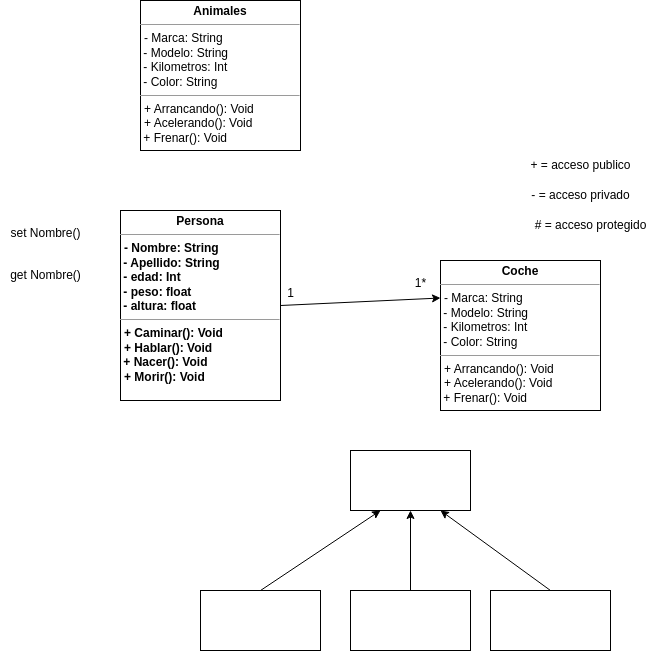
Above: Diagrama_de_clases/Ejemplo_de_clase.drawio.png in JVC0/ETS (draw.io), before the change. Source tidied: cells renumbered, new cells last; positions are measured from the earlier drawing's top-left corner, leaving out a move shared by most shapes. Source of this version:
```xml
<mxGraphModel>
  <root>
    <mxCell id="0" />
    <mxCell id="1" parent="0" />
    <mxCell id="2" value="&lt;p style=&quot;margin:0px;margin-top:4px;text-align:center;&quot;&gt;&lt;span&gt;Persona&lt;/span&gt;&lt;/p&gt;&lt;hr size=&quot;1&quot;&gt;&lt;p style=&quot;margin:0px;margin-left:4px;&quot;&gt;- Nombre: String&lt;/p&gt;&amp;nbsp;- Apellido: String&lt;br&gt;&amp;nbsp;- edad: Int&lt;br&gt;&amp;nbsp;- peso: float&lt;br&gt;&amp;nbsp;- altura: float&lt;br&gt;&lt;hr size=&quot;1&quot;&gt;&lt;p style=&quot;margin:0px;margin-left:4px;&quot;&gt;+ Caminar(): Void&lt;/p&gt;&lt;p style=&quot;margin:0px;margin-left:4px;&quot;&gt;+ Hablar():&lt;span style=&quot;background-color: initial;&quot;&gt;&amp;nbsp;Void&lt;/span&gt;&lt;/p&gt;&amp;nbsp;+ Nacer(): Void&lt;p style=&quot;margin:0px;margin-left:4px;&quot;&gt;+ Morir(): Void&lt;br&gt;&lt;/p&gt;" style="verticalAlign=top;align=left;overflow=fill;html=1;whiteSpace=wrap;fontStyle=1;" parent="1" vertex="1">
      <mxGeometry x="120" y="210" width="160" height="190" as="geometry" />
    </mxCell>
    <mxCell id="3" value="+ = acceso publico" style="text;html=1;align=center;verticalAlign=middle;strokeColor=none;fillColor=none;" parent="1" vertex="1">
      <mxGeometry x="520" y="150" width="120" height="30" as="geometry" />
    </mxCell>
    <mxCell id="4" value="- = acceso privado" style="text;html=1;align=center;verticalAlign=middle;strokeColor=none;fillColor=none;" parent="1" vertex="1">
      <mxGeometry x="520" y="180" width="120" height="30" as="geometry" />
    </mxCell>
    <mxCell id="5" value="# = acceso protegido" style="text;html=1;align=center;verticalAlign=middle;strokeColor=none;fillColor=none;" parent="1" vertex="1">
      <mxGeometry x="520" y="210" width="140" height="30" as="geometry" />
    </mxCell>
    <mxCell id="6" value="&lt;p style=&quot;margin:0px;margin-top:4px;text-align:center;&quot;&gt;&lt;b&gt;Coche&lt;/b&gt;&lt;/p&gt;&lt;hr size=&quot;1&quot;&gt;&lt;p style=&quot;margin:0px;margin-left:4px;&quot;&gt;- Marca: String&lt;/p&gt;&amp;nbsp;- Modelo: String&lt;br&gt;&amp;nbsp;- Kilometros: Int&lt;br&gt;&amp;nbsp;- Color: String&lt;br&gt;&lt;hr size=&quot;1&quot;&gt;&lt;p style=&quot;margin:0px;margin-left:4px;&quot;&gt;+ Arrancando(): Void&lt;/p&gt;&lt;p style=&quot;margin:0px;margin-left:4px;&quot;&gt;+ Acelerando():&lt;span style=&quot;background-color: initial;&quot;&gt;&amp;nbsp;Void&lt;/span&gt;&lt;/p&gt;&amp;nbsp;+ Frenar(): Void" style="verticalAlign=top;align=left;overflow=fill;html=1;whiteSpace=wrap;" parent="1" vertex="1">
      <mxGeometry x="440" y="260" width="160" height="150" as="geometry" />
    </mxCell>
    <mxCell id="7" value="set Nombre()" style="text;html=1;align=center;verticalAlign=middle;strokeColor=none;fillColor=none;" parent="1" vertex="1">
      <mxGeometry y="218" width="90" height="30" as="geometry" />
    </mxCell>
    <mxCell id="8" value="get Nombre()" style="text;html=1;align=center;verticalAlign=middle;strokeColor=none;fillColor=none;" parent="1" vertex="1">
      <mxGeometry y="260" width="90" height="30" as="geometry" />
    </mxCell>
    <mxCell id="9" style="endArrow=classic;html=1;rounded=0;exitX=1;exitY=0.5;exitDx=0;exitDy=0;entryX=0;entryY=0.25;entryDx=0;entryDy=0;" parent="1" edge="1" source="2" target="6">
      <mxGeometry relative="1" as="geometry" />
    </mxCell>
    <mxCell id="10" value="1*" style="text;html=1;align=center;verticalAlign=middle;strokeColor=none;fillColor=none;" parent="1" vertex="1">
      <mxGeometry x="405" y="268" width="30" height="30" as="geometry" />
    </mxCell>
    <mxCell id="11" value="1" style="text;html=1;align=center;verticalAlign=middle;strokeColor=none;fillColor=none;" parent="1" vertex="1">
      <mxGeometry x="275" y="278" width="30" height="30" as="geometry" />
    </mxCell>
    <mxCell id="12" value="&lt;p style=&quot;margin:0px;margin-top:4px;text-align:center;&quot;&gt;&lt;b&gt;Animales&lt;/b&gt;&lt;/p&gt;&lt;hr size=&quot;1&quot;&gt;&lt;p style=&quot;margin:0px;margin-left:4px;&quot;&gt;- Marca: String&lt;/p&gt;&amp;nbsp;- Modelo: String&lt;br&gt;&amp;nbsp;- Kilometros: Int&lt;br&gt;&amp;nbsp;- Color: String&lt;br&gt;&lt;hr size=&quot;1&quot;&gt;&lt;p style=&quot;margin:0px;margin-left:4px;&quot;&gt;+ Arrancando(): Void&lt;/p&gt;&lt;p style=&quot;margin:0px;margin-left:4px;&quot;&gt;+ Acelerando():&lt;span style=&quot;background-color: initial;&quot;&gt;&amp;nbsp;Void&lt;/span&gt;&lt;/p&gt;&amp;nbsp;+ Frenar(): Void" style="verticalAlign=top;align=left;overflow=fill;html=1;whiteSpace=wrap;" parent="1" vertex="1">
      <mxGeometry x="140" width="160" height="150" as="geometry" />
    </mxCell>
    <mxCell id="13" style="rounded=0;whiteSpace=wrap;html=1;" parent="1" vertex="1">
      <mxGeometry x="200" y="590" width="120" height="60" as="geometry" />
    </mxCell>
    <mxCell id="14" style="rounded=0;whiteSpace=wrap;html=1;" parent="1" vertex="1">
      <mxGeometry x="350" y="450" width="120" height="60" as="geometry" />
    </mxCell>
    <mxCell id="15" style="rounded=0;whiteSpace=wrap;html=1;" parent="1" vertex="1">
      <mxGeometry x="490" y="590" width="120" height="60" as="geometry" />
    </mxCell>
    <mxCell id="16" style="rounded=0;whiteSpace=wrap;html=1;" parent="1" vertex="1">
      <mxGeometry x="350" y="590" width="120" height="60" as="geometry" />
    </mxCell>
    <mxCell id="17" style="endArrow=classic;html=1;exitX=0.5;exitY=0;exitDx=0;exitDy=0;entryX=0.25;entryY=1;entryDx=0;entryDy=0;" parent="1" edge="1" source="13" target="14">
      <mxGeometry relative="1" as="geometry" />
    </mxCell>
    <mxCell id="18" style="endArrow=classic;html=1;exitX=0.5;exitY=0;exitDx=0;exitDy=0;entryX=0.5;entryY=1;entryDx=0;entryDy=0;" parent="1" edge="1" source="16" target="14">
      <mxGeometry relative="1" as="geometry" />
    </mxCell>
    <mxCell id="19" style="endArrow=classic;html=1;exitX=0.5;exitY=0;exitDx=0;exitDy=0;entryX=0.75;entryY=1;entryDx=0;entryDy=0;" parent="1" edge="1" source="15" target="14">
      <mxGeometry relative="1" as="geometry" />
    </mxCell>
  </root>
</mxGraphModel>
```
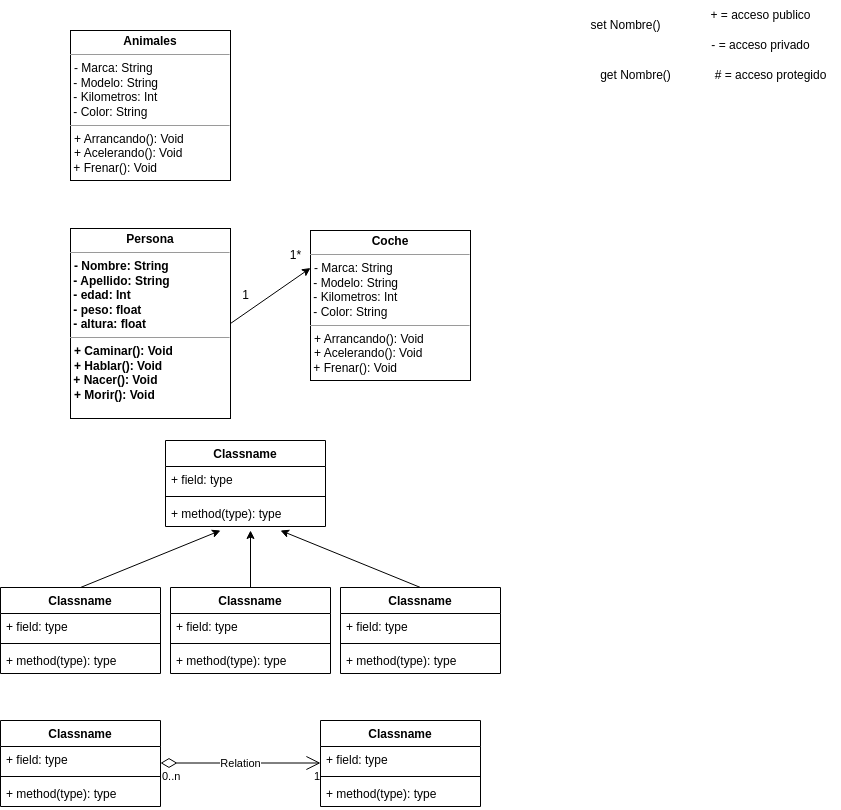
Above is the later version.

Change to the diagram source:
```diff
@@ -1,60 +1,138 @@
-<mxGraphModel>
+<mxGraphModel background="#ffffff">
   <root>
     <mxCell id="0" />
     <mxCell id="1" parent="0" />
     <mxCell id="2" value="&lt;p style=&quot;margin:0px;margin-top:4px;text-align:center;&quot;&gt;&lt;span&gt;Persona&lt;/span&gt;&lt;/p&gt;&lt;hr size=&quot;1&quot;&gt;&lt;p style=&quot;margin:0px;margin-left:4px;&quot;&gt;- Nombre: String&lt;/p&gt;&amp;nbsp;- Apellido: String&lt;br&gt;&amp;nbsp;- edad: Int&lt;br&gt;&amp;nbsp;- peso: float&lt;br&gt;&amp;nbsp;- altura: float&lt;br&gt;&lt;hr size=&quot;1&quot;&gt;&lt;p style=&quot;margin:0px;margin-left:4px;&quot;&gt;+ Caminar(): Void&lt;/p&gt;&lt;p style=&quot;margin:0px;margin-left:4px;&quot;&gt;+ Hablar():&lt;span style=&quot;background-color: initial;&quot;&gt;&amp;nbsp;Void&lt;/span&gt;&lt;/p&gt;&amp;nbsp;+ Nacer(): Void&lt;p style=&quot;margin:0px;margin-left:4px;&quot;&gt;+ Morir(): Void&lt;br&gt;&lt;/p&gt;" style="verticalAlign=top;align=left;overflow=fill;html=1;whiteSpace=wrap;fontStyle=1;" parent="1" vertex="1">
-      <mxGeometry x="120" y="210" width="160" height="190" as="geometry" />
+      <mxGeometry x="80" y="88" width="160" height="190" as="geometry" />
     </mxCell>
     <mxCell id="3" value="+ = acceso publico" style="text;html=1;align=center;verticalAlign=middle;strokeColor=none;fillColor=none;" parent="1" vertex="1">
-      <mxGeometry x="520" y="150" width="120" height="30" as="geometry" />
+      <mxGeometry x="710" y="-140" width="120" height="30" as="geometry" />
     </mxCell>
     <mxCell id="4" value="- = acceso privado" style="text;html=1;align=center;verticalAlign=middle;strokeColor=none;fillColor=none;" parent="1" vertex="1">
-      <mxGeometry x="520" y="180" width="120" height="30" as="geometry" />
+      <mxGeometry x="710" y="-110" width="120" height="30" as="geometry" />
     </mxCell>
     <mxCell id="5" value="# = acceso protegido" style="text;html=1;align=center;verticalAlign=middle;strokeColor=none;fillColor=none;" parent="1" vertex="1">
-      <mxGeometry x="520" y="210" width="140" height="30" as="geometry" />
+      <mxGeometry x="710" y="-80" width="140" height="30" as="geometry" />
     </mxCell>
     <mxCell id="6" value="&lt;p style=&quot;margin:0px;margin-top:4px;text-align:center;&quot;&gt;&lt;b&gt;Coche&lt;/b&gt;&lt;/p&gt;&lt;hr size=&quot;1&quot;&gt;&lt;p style=&quot;margin:0px;margin-left:4px;&quot;&gt;- Marca: String&lt;/p&gt;&amp;nbsp;- Modelo: String&lt;br&gt;&amp;nbsp;- Kilometros: Int&lt;br&gt;&amp;nbsp;- Color: String&lt;br&gt;&lt;hr size=&quot;1&quot;&gt;&lt;p style=&quot;margin:0px;margin-left:4px;&quot;&gt;+ Arrancando(): Void&lt;/p&gt;&lt;p style=&quot;margin:0px;margin-left:4px;&quot;&gt;+ Acelerando():&lt;span style=&quot;background-color: initial;&quot;&gt;&amp;nbsp;Void&lt;/span&gt;&lt;/p&gt;&amp;nbsp;+ Frenar(): Void" style="verticalAlign=top;align=left;overflow=fill;html=1;whiteSpace=wrap;" parent="1" vertex="1">
-      <mxGeometry x="440" y="260" width="160" height="150" as="geometry" />
+      <mxGeometry x="320" y="90" width="160" height="150" as="geometry" />
     </mxCell>
     <mxCell id="7" value="set Nombre()" style="text;html=1;align=center;verticalAlign=middle;strokeColor=none;fillColor=none;" parent="1" vertex="1">
-      <mxGeometry y="218" width="90" height="30" as="geometry" />
+      <mxGeometry x="590" y="-130" width="90" height="30" as="geometry" />
     </mxCell>
     <mxCell id="8" value="get Nombre()" style="text;html=1;align=center;verticalAlign=middle;strokeColor=none;fillColor=none;" parent="1" vertex="1">
-      <mxGeometry y="260" width="90" height="30" as="geometry" />
+      <mxGeometry x="600" y="-80" width="90" height="30" as="geometry" />
     </mxCell>
     <mxCell id="9" style="endArrow=classic;html=1;rounded=0;exitX=1;exitY=0.5;exitDx=0;exitDy=0;entryX=0;entryY=0.25;entryDx=0;entryDy=0;" parent="1" edge="1" source="2" target="6">
       <mxGeometry relative="1" as="geometry" />
     </mxCell>
     <mxCell id="10" value="1*" style="text;html=1;align=center;verticalAlign=middle;strokeColor=none;fillColor=none;" parent="1" vertex="1">
-      <mxGeometry x="405" y="268" width="30" height="30" as="geometry" />
+      <mxGeometry x="290" y="100" width="30" height="30" as="geometry" />
     </mxCell>
     <mxCell id="11" value="1" style="text;html=1;align=center;verticalAlign=middle;strokeColor=none;fillColor=none;" parent="1" vertex="1">
-      <mxGeometry x="275" y="278" width="30" height="30" as="geometry" />
+      <mxGeometry x="240" y="140" width="30" height="30" as="geometry" />
     </mxCell>
     <mxCell id="12" value="&lt;p style=&quot;margin:0px;margin-top:4px;text-align:center;&quot;&gt;&lt;b&gt;Animales&lt;/b&gt;&lt;/p&gt;&lt;hr size=&quot;1&quot;&gt;&lt;p style=&quot;margin:0px;margin-left:4px;&quot;&gt;- Marca: String&lt;/p&gt;&amp;nbsp;- Modelo: String&lt;br&gt;&amp;nbsp;- Kilometros: Int&lt;br&gt;&amp;nbsp;- Color: String&lt;br&gt;&lt;hr size=&quot;1&quot;&gt;&lt;p style=&quot;margin:0px;margin-left:4px;&quot;&gt;+ Arrancando(): Void&lt;/p&gt;&lt;p style=&quot;margin:0px;margin-left:4px;&quot;&gt;+ Acelerando():&lt;span style=&quot;background-color: initial;&quot;&gt;&amp;nbsp;Void&lt;/span&gt;&lt;/p&gt;&amp;nbsp;+ Frenar(): Void" style="verticalAlign=top;align=left;overflow=fill;html=1;whiteSpace=wrap;" parent="1" vertex="1">
-      <mxGeometry x="140" width="160" height="150" as="geometry" />
+      <mxGeometry x="80" y="-110" width="160" height="150" as="geometry" />
     </mxCell>
-    <mxCell id="13" style="rounded=0;whiteSpace=wrap;html=1;" parent="1" vertex="1">
-      <mxGeometry x="200" y="590" width="120" height="60" as="geometry" />
-    </mxCell>
-    <mxCell id="14" style="rounded=0;whiteSpace=wrap;html=1;" parent="1" vertex="1">
-      <mxGeometry x="350" y="450" width="120" height="60" as="geometry" />
-    </mxCell>
-    <mxCell id="15" style="rounded=0;whiteSpace=wrap;html=1;" parent="1" vertex="1">
-      <mxGeometry x="490" y="590" width="120" height="60" as="geometry" />
-    </mxCell>
-    <mxCell id="16" style="rounded=0;whiteSpace=wrap;html=1;" parent="1" vertex="1">
-      <mxGeometry x="350" y="590" width="120" height="60" as="geometry" />
-    </mxCell>
-    <mxCell id="17" style="endArrow=classic;html=1;exitX=0.5;exitY=0;exitDx=0;exitDy=0;entryX=0.25;entryY=1;entryDx=0;entryDy=0;" parent="1" edge="1" source="13" target="14">
-      <mxGeometry relative="1" as="geometry" />
+    <mxCell id="17" style="endArrow=classic;html=1;exitX=0.5;exitY=0;exitDx=0;exitDy=0;entryX=0.25;entryY=1;entryDx=0;entryDy=0;" parent="1" edge="1" source="20">
+      <mxGeometry relative="1" as="geometry">
+        <mxPoint x="230" y="390" as="targetPoint" />
+      </mxGeometry>
     </mxCell>
-    <mxCell id="18" style="endArrow=classic;html=1;exitX=0.5;exitY=0;exitDx=0;exitDy=0;entryX=0.5;entryY=1;entryDx=0;entryDy=0;" parent="1" edge="1" source="16" target="14">
-      <mxGeometry relative="1" as="geometry" />
+    <mxCell id="18" style="endArrow=classic;html=1;exitX=0.5;exitY=0;exitDx=0;exitDy=0;entryX=0.5;entryY=1;entryDx=0;entryDy=0;" parent="1" edge="1" source="24">
+      <mxGeometry relative="1" as="geometry">
+        <mxPoint x="260" y="390" as="targetPoint" />
+      </mxGeometry>
     </mxCell>
-    <mxCell id="19" style="endArrow=classic;html=1;exitX=0.5;exitY=0;exitDx=0;exitDy=0;entryX=0.75;entryY=1;entryDx=0;entryDy=0;" parent="1" edge="1" source="15" target="14">
-      <mxGeometry relative="1" as="geometry" />
+    <mxCell id="19" style="endArrow=classic;html=1;exitX=0.5;exitY=0;exitDx=0;exitDy=0;entryX=0.75;entryY=1;entryDx=0;entryDy=0;" parent="1" edge="1" source="28">
+      <mxGeometry relative="1" as="geometry">
+        <mxPoint x="290" y="390" as="targetPoint" />
+      </mxGeometry>
     </mxCell>
+    <mxCell id="20" value="Classname" style="swimlane;fontStyle=1;align=center;verticalAlign=top;horizontal=1;startSize=26;" parent="1" vertex="1">
+      <mxGeometry x="10" y="447" width="160" height="86" as="geometry" />
+    </mxCell>
+    <mxCell id="21" value="+ field: type" style="text;strokeColor=none;fillColor=none;align=left;verticalAlign=top;spacingLeft=4;spacingRight=4;overflow=hidden;" parent="20" vertex="1">
+      <mxGeometry y="26" width="160" height="26" as="geometry" />
+    </mxCell>
+    <mxCell id="22" style="line;strokeWidth=1;fillColor=none;align=left;verticalAlign=middle;spacingTop=-1;spacingLeft=3;spacingRight=3;labelPosition=right;strokeColor=inherit;" parent="20" vertex="1">
+      <mxGeometry y="52" width="160" height="8" as="geometry" />
+    </mxCell>
+    <mxCell id="23" value="+ method(type): type" style="text;strokeColor=none;fillColor=none;align=left;verticalAlign=top;spacingLeft=4;spacingRight=4;overflow=hidden;" parent="20" vertex="1">
+      <mxGeometry y="60" width="160" height="26" as="geometry" />
+    </mxCell>
+    <mxCell id="24" value="Classname" style="swimlane;fontStyle=1;align=center;verticalAlign=top;horizontal=1;startSize=26;" parent="1" vertex="1">
+      <mxGeometry x="180" y="447" width="160" height="86" as="geometry" />
+    </mxCell>
+    <mxCell id="25" value="+ field: type" style="text;strokeColor=none;fillColor=none;align=left;verticalAlign=top;spacingLeft=4;spacingRight=4;overflow=hidden;" parent="24" vertex="1">
+      <mxGeometry y="26" width="160" height="26" as="geometry" />
+    </mxCell>
+    <mxCell id="26" style="line;strokeWidth=1;fillColor=none;align=left;verticalAlign=middle;spacingTop=-1;spacingLeft=3;spacingRight=3;labelPosition=right;strokeColor=inherit;" parent="24" vertex="1">
+      <mxGeometry y="52" width="160" height="8" as="geometry" />
+    </mxCell>
+    <mxCell id="27" value="+ method(type): type" style="text;strokeColor=none;fillColor=none;align=left;verticalAlign=top;spacingLeft=4;spacingRight=4;overflow=hidden;" parent="24" vertex="1">
+      <mxGeometry y="60" width="160" height="26" as="geometry" />
+    </mxCell>
+    <mxCell id="28" value="Classname" style="swimlane;fontStyle=1;align=center;verticalAlign=top;horizontal=1;startSize=26;" parent="1" vertex="1">
+      <mxGeometry x="350" y="447" width="160" height="86" as="geometry" />
+    </mxCell>
+    <mxCell id="29" value="+ field: type" style="text;strokeColor=none;fillColor=none;align=left;verticalAlign=top;spacingLeft=4;spacingRight=4;overflow=hidden;" parent="28" vertex="1">
+      <mxGeometry y="26" width="160" height="26" as="geometry" />
+    </mxCell>
+    <mxCell id="30" style="line;strokeWidth=1;fillColor=none;align=left;verticalAlign=middle;spacingTop=-1;spacingLeft=3;spacingRight=3;labelPosition=right;strokeColor=inherit;" parent="28" vertex="1">
+      <mxGeometry y="52" width="160" height="8" as="geometry" />
+    </mxCell>
+    <mxCell id="31" value="+ method(type): type" style="text;strokeColor=none;fillColor=none;align=left;verticalAlign=top;spacingLeft=4;spacingRight=4;overflow=hidden;" parent="28" vertex="1">
+      <mxGeometry y="60" width="160" height="26" as="geometry" />
+    </mxCell>
+    <mxCell id="32" value="Classname" style="swimlane;fontStyle=1;align=center;verticalAlign=top;horizontal=1;startSize=26;" parent="1" vertex="1">
+      <mxGeometry x="175" y="300" width="160" height="86" as="geometry" />
+    </mxCell>
+    <mxCell id="33" value="+ field: type" style="text;strokeColor=none;fillColor=none;align=left;verticalAlign=top;spacingLeft=4;spacingRight=4;overflow=hidden;" parent="32" vertex="1">
+      <mxGeometry y="26" width="160" height="26" as="geometry" />
+    </mxCell>
+    <mxCell id="34" style="line;strokeWidth=1;fillColor=none;align=left;verticalAlign=middle;spacingTop=-1;spacingLeft=3;spacingRight=3;labelPosition=right;strokeColor=inherit;" parent="32" vertex="1">
+      <mxGeometry y="52" width="160" height="8" as="geometry" />
+    </mxCell>
+    <mxCell id="35" value="+ method(type): type" style="text;strokeColor=none;fillColor=none;align=left;verticalAlign=top;spacingLeft=4;spacingRight=4;overflow=hidden;" parent="32" vertex="1">
+      <mxGeometry y="60" width="160" height="26" as="geometry" />
+    </mxCell>
+    <mxCell id="36" value="Classname" style="swimlane;fontStyle=1;align=center;verticalAlign=top;horizontal=1;startSize=26;" parent="1" vertex="1">
+      <mxGeometry x="10" y="580" width="160" height="86" as="geometry" />
+    </mxCell>
+    <mxCell id="37" value="+ field: type" style="text;strokeColor=none;fillColor=none;align=left;verticalAlign=top;spacingLeft=4;spacingRight=4;overflow=hidden;" parent="36" vertex="1">
+      <mxGeometry y="26" width="160" height="26" as="geometry" />
+    </mxCell>
+    <mxCell id="38" style="line;strokeWidth=1;fillColor=none;align=left;verticalAlign=middle;spacingTop=-1;spacingLeft=3;spacingRight=3;labelPosition=right;strokeColor=inherit;" parent="36" vertex="1">
+      <mxGeometry y="52" width="160" height="8" as="geometry" />
+    </mxCell>
+    <mxCell id="39" value="+ method(type): type" style="text;strokeColor=none;fillColor=none;align=left;verticalAlign=top;spacingLeft=4;spacingRight=4;overflow=hidden;" parent="36" vertex="1">
+      <mxGeometry y="60" width="160" height="26" as="geometry" />
+    </mxCell>
+    <mxCell id="40" value="Relation" style="endArrow=open;html=1;endSize=12;startArrow=diamondThin;startSize=14;startFill=0;edgeStyle=orthogonalEdgeStyle;" parent="1" edge="1">
+      <mxGeometry relative="1" as="geometry">
+        <mxPoint x="170" y="622.5" as="sourcePoint" />
+        <mxPoint x="330" y="622.5" as="targetPoint" />
+      </mxGeometry>
+    </mxCell>
+    <mxCell id="41" value="0..n" style="edgeLabel;html=1;align=left;verticalAlign=top;" parent="40" vertex="1">
+      <mxGeometry x="-1" relative="1" as="geometry" />
+    </mxCell>
+    <mxCell id="42" value="1" style="edgeLabel;html=1;align=right;verticalAlign=top;" parent="40" vertex="1">
+      <mxGeometry x="1" relative="1" as="geometry" />
+    </mxCell>
+    <mxCell id="43" value="Classname" style="swimlane;fontStyle=1;align=center;verticalAlign=top;horizontal=1;startSize=26;" parent="1" vertex="1">
+      <mxGeometry x="330" y="580" width="160" height="86" as="geometry" />
+    </mxCell>
+    <mxCell id="44" value="+ field: type" style="text;strokeColor=none;fillColor=none;align=left;verticalAlign=top;spacingLeft=4;spacingRight=4;overflow=hidden;" parent="43" vertex="1">
+      <mxGeometry y="26" width="160" height="26" as="geometry" />
+    </mxCell>
+    <mxCell id="45" style="line;strokeWidth=1;fillColor=none;align=left;verticalAlign=middle;spacingTop=-1;spacingLeft=3;spacingRight=3;labelPosition=right;strokeColor=inherit;" parent="43" vertex="1">
+      <mxGeometry y="52" width="160" height="8" as="geometry" />
+    </mxCell>
+    <mxCell id="46" value="+ method(type): type" style="text;strokeColor=none;fillColor=none;align=left;verticalAlign=top;spacingLeft=4;spacingRight=4;overflow=hidden;" parent="43" vertex="1">
+      <mxGeometry y="60" width="160" height="26" as="geometry" />
+    </mxCell>
   </root>
 </mxGraphModel>
```
